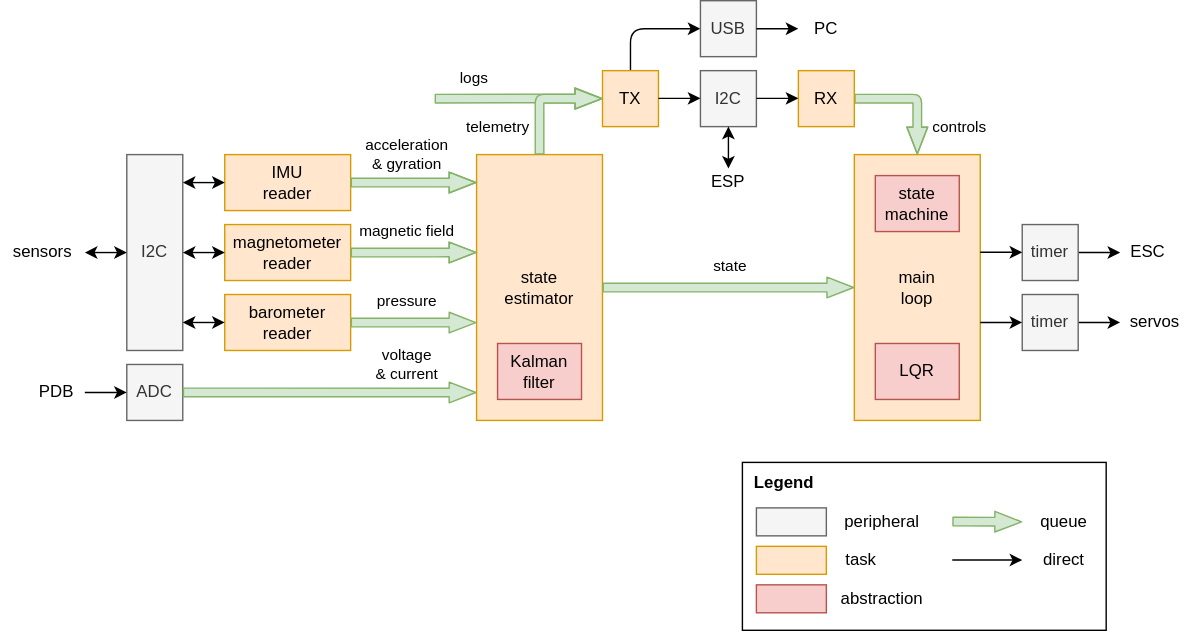
Before: docs/program_architecture.drawio.svg, a diagram exported from draw.io (Eryk-Mozdzen/uav-tvc-goose). Source tidied: cells renumbered, new cells last; positions are measured from the earlier drawing's top-left corner, leaving out a move shared by most shapes.
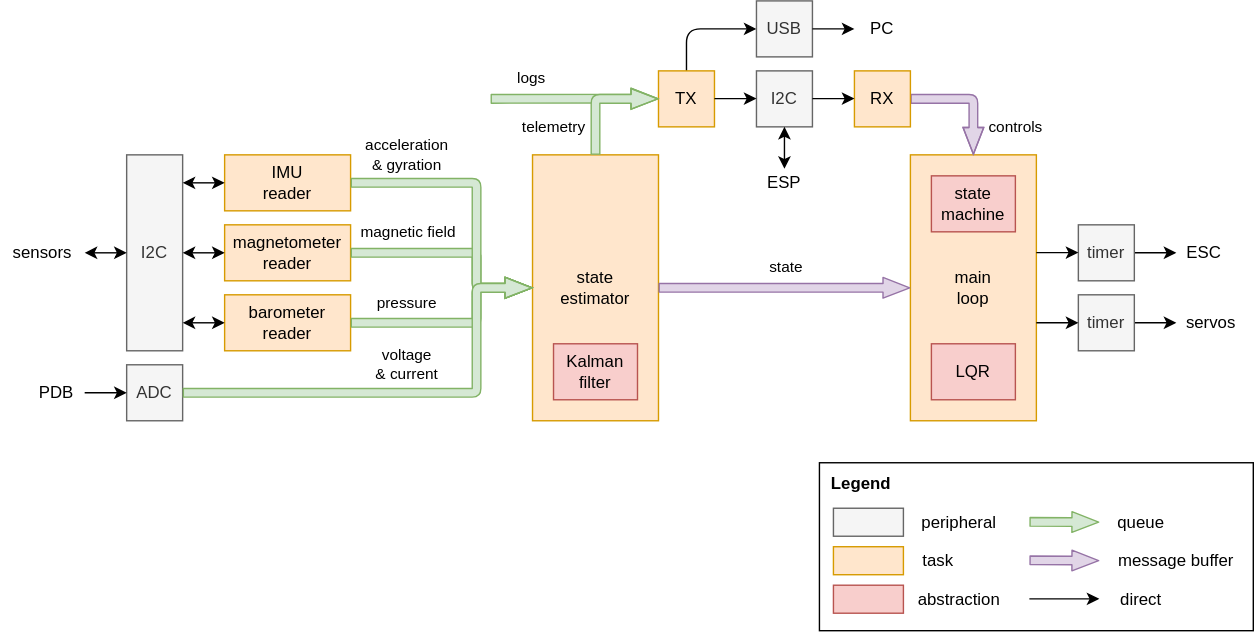
The same file after the commit.

Diff of the diagram source:
```diff
@@ -9,65 +9,72 @@
       <mxGeometry x="500" y="50" width="40" height="40" as="geometry" />
     </mxCell>
     <mxCell id="4" value="IMU&lt;br&gt;reader" style="rounded=0;whiteSpace=wrap;html=1;fillColor=#ffe6cc;strokeColor=#d79b00;" parent="1" vertex="1">
-      <mxGeometry x="160" y="110" width="90" height="40" as="geometry" />
+      <mxGeometry x="120" y="110" width="90" height="40" as="geometry" />
     </mxCell>
     <mxCell id="5" value="magnetometer&lt;br&gt;reader" style="rounded=0;whiteSpace=wrap;html=1;fillColor=#ffe6cc;strokeColor=#d79b00;" parent="1" vertex="1">
-      <mxGeometry x="160" y="160" width="90" height="40" as="geometry" />
+      <mxGeometry x="120" y="160" width="90" height="40" as="geometry" />
     </mxCell>
     <mxCell id="6" value="barometer&lt;br&gt;reader" style="rounded=0;whiteSpace=wrap;html=1;fillColor=#ffe6cc;strokeColor=#d79b00;" parent="1" vertex="1">
-      <mxGeometry x="160" y="210" width="90" height="40" as="geometry" />
+      <mxGeometry x="120" y="210" width="90" height="40" as="geometry" />
     </mxCell>
     <mxCell id="7" value="I2C" style="rounded=0;whiteSpace=wrap;html=1;fillColor=#f5f5f5;strokeColor=#666666;fontColor=#333333;" parent="1" vertex="1">
-      <mxGeometry x="90" y="110" width="40" height="140" as="geometry" />
+      <mxGeometry x="50" y="110" width="40" height="140" as="geometry" />
     </mxCell>
     <mxCell id="8" style="endArrow=classic;startArrow=classic;html=1;exitX=0;exitY=0.5;exitDx=0;exitDy=0;" parent="1" edge="1" source="4">
       <mxGeometry relative="1" as="geometry">
-        <mxPoint x="130" y="130" as="targetPoint" />
+        <mxPoint x="90" y="130" as="targetPoint" />
       </mxGeometry>
     </mxCell>
     <mxCell id="9" style="endArrow=classic;startArrow=classic;html=1;exitX=0;exitY=0.5;exitDx=0;exitDy=0;" parent="1" edge="1" source="5">
       <mxGeometry relative="1" as="geometry">
-        <mxPoint x="130" y="180" as="targetPoint" />
+        <mxPoint x="90" y="180" as="targetPoint" />
       </mxGeometry>
     </mxCell>
     <mxCell id="10" style="endArrow=classic;startArrow=classic;html=1;entryX=0;entryY=0.5;entryDx=0;entryDy=0;" parent="1" edge="1" target="6">
       <mxGeometry relative="1" as="geometry">
-        <mxPoint x="130" y="230" as="sourcePoint" />
+        <mxPoint x="90" y="230" as="sourcePoint" />
       </mxGeometry>
     </mxCell>
-    <mxCell id="11" style="shape=flexArrow;endArrow=classic;html=1;exitX=1;exitY=0.5;exitDx=0;exitDy=0;width=6.153846153846153;endSize=6.026923076923077;endWidth=7.633136094674557;fillColor=#d5e8d4;strokeColor=#82b366;entryX=0;entryY=0.368;entryDx=0;entryDy=0;entryPerimeter=0;" parent="1" edge="1" source="5" target="2">
+    <mxCell id="11" style="shape=flexArrow;endArrow=classic;html=1;exitX=1;exitY=0.5;exitDx=0;exitDy=0;width=6.153846153846153;endSize=6.026923076923077;endWidth=7.633136094674557;fillColor=#d5e8d4;strokeColor=#82b366;entryX=0;entryY=0.5;entryDx=0;entryDy=0;" parent="1" edge="1" source="5" target="2">
       <mxGeometry relative="1" as="geometry">
         <Array as="points">
-          <mxPoint x="310" y="180" />
+          <mxPoint x="300" y="180" />
+          <mxPoint x="300" y="205" />
         </Array>
       </mxGeometry>
     </mxCell>
     <mxCell id="12" value="magnetic field" style="edgeLabel;html=1;align=center;verticalAlign=middle;" parent="11" vertex="1">
       <mxGeometry x="-0.38" y="1" relative="1" as="geometry">
-        <mxPoint x="12" y="-14" as="offset" />
+        <mxPoint x="-8" y="-14" as="offset" />
       </mxGeometry>
     </mxCell>
-    <mxCell id="13" style="shape=flexArrow;endArrow=classic;html=1;exitX=1;exitY=0.5;exitDx=0;exitDy=0;width=6.153846153846153;endSize=6.026923076923077;endWidth=7.633136094674557;fillColor=#d5e8d4;strokeColor=#82b366;entryX=0;entryY=0.632;entryDx=0;entryDy=0;entryPerimeter=0;" parent="1" edge="1" source="6" target="2">
-      <mxGeometry relative="1" as="geometry" />
+    <mxCell id="13" style="shape=flexArrow;endArrow=classic;html=1;exitX=1;exitY=0.5;exitDx=0;exitDy=0;width=6.153846153846153;endSize=6.026923076923077;endWidth=7.633136094674557;fillColor=#d5e8d4;strokeColor=#82b366;entryX=0;entryY=0.5;entryDx=0;entryDy=0;" parent="1" edge="1" source="6" target="2">
+      <mxGeometry relative="1" as="geometry">
+        <Array as="points">
+          <mxPoint x="300" y="230" />
+          <mxPoint x="300" y="205" />
+        </Array>
+      </mxGeometry>
     </mxCell>
     <mxCell id="14" value="pressure" style="edgeLabel;html=1;align=center;verticalAlign=middle;" parent="13" vertex="1">
       <mxGeometry x="0.17" relative="1" as="geometry">
-        <mxPoint x="-13" y="-15" as="offset" />
+        <mxPoint x="-50" y="-14" as="offset" />
       </mxGeometry>
     </mxCell>
     <mxCell id="15" value="Kalman&lt;br&gt;filter" style="rounded=0;whiteSpace=wrap;html=1;fillColor=#f8cecc;strokeColor=#b85450;" parent="1" vertex="1">
       <mxGeometry x="355" y="245" width="60" height="40" as="geometry" />
     </mxCell>
-    <mxCell id="16" style="shape=flexArrow;endArrow=classic;html=1;exitX=1;exitY=0.5;exitDx=0;exitDy=0;width=6.153846153846153;endSize=6.026923076923077;endWidth=7.633136094674557;fillColor=#d5e8d4;strokeColor=#82b366;entryX=0;entryY=0.105;entryDx=0;entryDy=0;entryPerimeter=0;" parent="1" edge="1" source="4" target="2">
+    <mxCell id="16" style="shape=flexArrow;endArrow=classic;html=1;exitX=1;exitY=0.5;exitDx=0;exitDy=0;width=6.153846153846153;endSize=6.026923076923077;endWidth=7.633136094674557;fillColor=#d5e8d4;strokeColor=#82b366;entryX=0;entryY=0.5;entryDx=0;entryDy=0;" parent="1" edge="1" source="4" target="2">
       <mxGeometry relative="1" as="geometry">
         <Array as="points">
           <mxPoint x="300" y="130" />
+          <mxPoint x="300" y="205" />
         </Array>
       </mxGeometry>
     </mxCell>
     <mxCell id="17" value="acceleration&lt;br&gt;&amp;amp; gyration" style="edgeLabel;html=1;align=center;verticalAlign=middle;" parent="16" vertex="1">
       <mxGeometry x="0.11" y="2" relative="1" as="geometry">
-        <mxPoint x="-10" y="-18" as="offset" />
+        <mxPoint x="-52" y="-44" as="offset" />
       </mxGeometry>
     </mxCell>
     <mxCell id="18" style="edgeStyle=none;html=1;exitX=0.5;exitY=0;exitDx=0;exitDy=0;" parent="1" edge="1" source="19" target="34">
@@ -84,7 +91,7 @@
       <mxGeometry x="500" y="120" width="40" height="20" as="geometry" />
     </mxCell>
     <mxCell id="21" value="sensors" style="text;html=1;strokeColor=none;fillColor=none;align=center;verticalAlign=middle;whiteSpace=wrap;rounded=0;fontColor=#000000;" parent="1" vertex="1">
-      <mxGeometry y="165" width="60" height="30" as="geometry" />
+      <mxGeometry x="-40" y="165" width="60" height="30" as="geometry" />
     </mxCell>
     <mxCell id="22" style="endArrow=classic;startArrow=classic;html=1;entryX=0;entryY=0.5;entryDx=0;entryDy=0;exitX=1;exitY=0.5;exitDx=0;exitDy=0;" parent="1" edge="1" source="21" target="7">
       <mxGeometry relative="1" as="geometry" />
@@ -137,23 +144,28 @@
       <mxGeometry relative="1" as="geometry" />
     </mxCell>
     <mxCell id="37" value="ADC" style="rounded=0;whiteSpace=wrap;html=1;fillColor=#f5f5f5;strokeColor=#666666;fontColor=#333333;" parent="1" vertex="1">
-      <mxGeometry x="90" y="260" width="40" height="40" as="geometry" />
+      <mxGeometry x="50" y="260" width="40" height="40" as="geometry" />
     </mxCell>
     <mxCell id="38" value="PDB" style="text;html=1;strokeColor=none;fillColor=none;align=center;verticalAlign=middle;whiteSpace=wrap;rounded=0;fontColor=#000000;" parent="1" vertex="1">
-      <mxGeometry x="20" y="265" width="40" height="30" as="geometry" />
+      <mxGeometry x="-20" y="265" width="40" height="30" as="geometry" />
     </mxCell>
     <mxCell id="39" style="endArrow=classic;html=1;fontColor=#FFFFFF;exitX=1;exitY=0.5;exitDx=0;exitDy=0;entryX=0;entryY=0.5;entryDx=0;entryDy=0;" parent="1" edge="1" source="38" target="37">
       <mxGeometry relative="1" as="geometry" />
     </mxCell>
-    <mxCell id="40" style="shape=flexArrow;endArrow=classic;html=1;exitX=1;exitY=0.5;exitDx=0;exitDy=0;width=6.153846153846153;endSize=6.026923076923077;endWidth=7.633136094674557;fillColor=#d5e8d4;strokeColor=#82b366;entryX=0;entryY=0.895;entryDx=0;entryDy=0;entryPerimeter=0;" parent="1" edge="1" source="37" target="2">
-      <mxGeometry relative="1" as="geometry" />
+    <mxCell id="40" style="shape=flexArrow;endArrow=classic;html=1;exitX=1;exitY=0.5;exitDx=0;exitDy=0;width=6.153846153846153;endSize=6.026923076923077;endWidth=7.633136094674557;fillColor=#d5e8d4;strokeColor=#82b366;entryX=0;entryY=0.5;entryDx=0;entryDy=0;" parent="1" edge="1" source="37" target="2">
+      <mxGeometry relative="1" as="geometry">
+        <Array as="points">
+          <mxPoint x="300" y="280" />
+          <mxPoint x="300" y="205" />
+        </Array>
+      </mxGeometry>
     </mxCell>
     <mxCell id="41" value="voltage&lt;br&gt;&amp;amp; current" style="edgeLabel;html=1;align=center;verticalAlign=middle;" parent="40" vertex="1">
       <mxGeometry x="0.17" relative="1" as="geometry">
-        <mxPoint x="37" y="-20" as="offset" />
+        <mxPoint x="-30" y="-20" as="offset" />
       </mxGeometry>
     </mxCell>
-    <mxCell id="42" style="shape=flexArrow;endArrow=classic;html=1;width=6.153846153846153;endSize=6.026923076923077;endWidth=7.633136094674557;fillColor=#d5e8d4;strokeColor=#82b366;entryX=0;entryY=0.5;entryDx=0;entryDy=0;exitX=1;exitY=0.5;exitDx=0;exitDy=0;" parent="1" edge="1" source="2" target="29">
+    <mxCell id="42" style="shape=flexArrow;endArrow=classic;html=1;width=6.153846153846153;endSize=6.026923076923077;endWidth=7.633136094674557;fillColor=#e1d5e7;strokeColor=#9673a6;entryX=0;entryY=0.5;entryDx=0;entryDy=0;exitX=1;exitY=0.5;exitDx=0;exitDy=0;" parent="1" edge="1" source="2" target="29">
       <mxGeometry relative="1" as="geometry" />
     </mxCell>
     <mxCell id="43" value="state" style="edgeLabel;html=1;align=center;verticalAlign=middle;" parent="42" vertex="1">
@@ -161,7 +173,7 @@
         <mxPoint x="-9" y="-13" as="offset" />
       </mxGeometry>
     </mxCell>
-    <mxCell id="44" style="shape=flexArrow;endArrow=classic;html=1;width=6.153846153846153;endSize=6.026923076923077;endWidth=7.633136094674557;fillColor=#d5e8d4;strokeColor=#82b366;entryX=0.5;entryY=0;entryDx=0;entryDy=0;exitX=1;exitY=0.5;exitDx=0;exitDy=0;" parent="1" edge="1" source="64" target="29">
+    <mxCell id="44" style="shape=flexArrow;endArrow=classic;html=1;width=6.153846153846153;endSize=6.026923076923077;endWidth=7.633136094674557;fillColor=#e1d5e7;strokeColor=#9673a6;entryX=0.5;entryY=0;entryDx=0;entryDy=0;exitX=1;exitY=0.5;exitDx=0;exitDy=0;" parent="1" edge="1" source="64" target="29">
       <mxGeometry relative="1" as="geometry">
         <Array as="points">
           <mxPoint x="655" y="70" />
@@ -174,49 +186,49 @@
       </mxGeometry>
     </mxCell>
     <mxCell id="46" style="rounded=0;whiteSpace=wrap;html=1;" parent="1" vertex="1">
-      <mxGeometry x="530" y="330" width="260" height="120" as="geometry" />
+      <mxGeometry x="545" y="330" width="310" height="120" as="geometry" />
     </mxCell>
     <mxCell id="47" style="rounded=0;whiteSpace=wrap;html=1;fillColor=#ffe6cc;strokeColor=#d79b00;" parent="1" vertex="1">
-      <mxGeometry x="540" y="390" width="50" height="20" as="geometry" />
+      <mxGeometry x="555" y="390" width="50" height="20" as="geometry" />
     </mxCell>
     <mxCell id="48" value="task" style="text;html=1;strokeColor=none;fillColor=none;align=center;verticalAlign=middle;whiteSpace=wrap;rounded=0;" parent="1" vertex="1">
-      <mxGeometry x="600" y="392.5" width="30" height="15" as="geometry" />
+      <mxGeometry x="615" y="392.5" width="30" height="15" as="geometry" />
     </mxCell>
     <mxCell id="49" style="shape=flexArrow;endArrow=classic;html=1;width=6.153846153846153;endSize=6.026923076923077;endWidth=7.633136094674557;fillColor=#d5e8d4;strokeColor=#82b366;" parent="1" edge="1">
       <mxGeometry relative="1" as="geometry">
-        <mxPoint x="680" y="372.2" as="sourcePoint" />
-        <mxPoint x="730" y="372.5" as="targetPoint" />
+        <mxPoint x="695" y="372.2" as="sourcePoint" />
+        <mxPoint x="745" y="372.5" as="targetPoint" />
       </mxGeometry>
     </mxCell>
     <mxCell id="50" value="queue" style="text;html=1;strokeColor=none;fillColor=none;align=center;verticalAlign=middle;whiteSpace=wrap;rounded=0;" parent="1" vertex="1">
-      <mxGeometry x="740" y="365" width="40" height="15" as="geometry" />
+      <mxGeometry x="755" y="365" width="40" height="15" as="geometry" />
     </mxCell>
     <mxCell id="51" style="rounded=0;whiteSpace=wrap;html=1;fillColor=#f5f5f5;strokeColor=#666666;fontColor=#333333;" parent="1" vertex="1">
-      <mxGeometry x="540" y="362.5" width="50" height="20" as="geometry" />
+      <mxGeometry x="555" y="362.5" width="50" height="20" as="geometry" />
     </mxCell>
     <mxCell id="52" value="peripheral" style="text;html=1;strokeColor=none;fillColor=none;align=center;verticalAlign=middle;whiteSpace=wrap;rounded=0;" parent="1" vertex="1">
-      <mxGeometry x="600" y="365" width="60" height="15" as="geometry" />
+      <mxGeometry x="615" y="365" width="60" height="15" as="geometry" />
     </mxCell>
     <mxCell id="53" value="Legend" style="text;html=1;strokeColor=none;fillColor=none;align=center;verticalAlign=middle;whiteSpace=wrap;rounded=0;fontStyle=1;" parent="1" vertex="1">
-      <mxGeometry x="530" y="330" width="60" height="30" as="geometry" />
+      <mxGeometry x="545" y="330" width="60" height="30" as="geometry" />
     </mxCell>
     <mxCell id="54" value="state&lt;br&gt;machine" style="rounded=0;whiteSpace=wrap;html=1;fillColor=#f8cecc;strokeColor=#b85450;" parent="1" vertex="1">
       <mxGeometry x="625" y="125" width="60" height="40" as="geometry" />
     </mxCell>
     <mxCell id="55" style="rounded=0;whiteSpace=wrap;html=1;fillColor=#f8cecc;strokeColor=#b85450;" parent="1" vertex="1">
-      <mxGeometry x="540" y="417.5" width="50" height="20" as="geometry" />
+      <mxGeometry x="555" y="417.5" width="50" height="20" as="geometry" />
     </mxCell>
     <mxCell id="56" value="abstraction" style="text;html=1;strokeColor=none;fillColor=none;align=center;verticalAlign=middle;whiteSpace=wrap;rounded=0;labelPosition=center;verticalLabelPosition=middle;" parent="1" vertex="1">
-      <mxGeometry x="600" y="420" width="60" height="15" as="geometry" />
+      <mxGeometry x="615" y="420" width="60" height="15" as="geometry" />
     </mxCell>
     <mxCell id="57" style="endArrow=classic;html=1;fontColor=#FFFFFF;exitX=1;exitY=0.5;exitDx=0;exitDy=0;" parent="1" edge="1">
       <mxGeometry relative="1" as="geometry">
-        <mxPoint x="680" y="399.8" as="sourcePoint" />
-        <mxPoint x="730" y="399.8" as="targetPoint" />
+        <mxPoint x="695" y="427.3" as="sourcePoint" />
+        <mxPoint x="745" y="427.3" as="targetPoint" />
       </mxGeometry>
     </mxCell>
     <mxCell id="58" value="direct" style="text;html=1;strokeColor=none;fillColor=none;align=center;verticalAlign=middle;whiteSpace=wrap;rounded=0;" parent="1" vertex="1">
-      <mxGeometry x="740" y="392.5" width="40" height="15" as="geometry" />
+      <mxGeometry x="755" y="420" width="40" height="15" as="geometry" />
     </mxCell>
     <mxCell id="59" style="shape=flexArrow;endArrow=classic;html=1;width=6.153846153846153;endSize=6.026923076923077;endWidth=7.633136094674557;fillColor=#d5e8d4;strokeColor=#82b366;" parent="1" edge="1">
       <mxGeometry relative="1" as="geometry">
@@ -261,5 +273,14 @@
         <mxPoint x="570" y="69.8" as="targetPoint" />
       </mxGeometry>
     </mxCell>
+    <mxCell id="67" style="shape=flexArrow;endArrow=classic;html=1;width=6.153846153846153;endSize=6.026923076923077;endWidth=7.633136094674557;fillColor=#e1d5e7;strokeColor=#9673a6;" parent="1" edge="1">
+      <mxGeometry relative="1" as="geometry">
+        <mxPoint x="695" y="399.7" as="sourcePoint" />
+        <mxPoint x="745" y="400" as="targetPoint" />
+      </mxGeometry>
+    </mxCell>
+    <mxCell id="68" value="message buffer" style="text;html=1;strokeColor=none;fillColor=none;align=center;verticalAlign=middle;whiteSpace=wrap;rounded=0;" parent="1" vertex="1">
+      <mxGeometry x="755" y="392.5" width="90" height="15" as="geometry" />
+    </mxCell>
   </root>
 </mxGraphModel>
```
